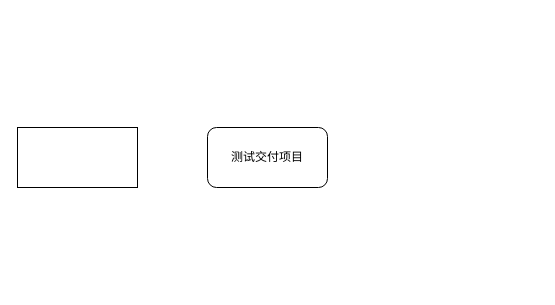
Before: 未命名绘图.drawio in Ternaryisboos/Test_to1, a draw.io diagram. Source tidied: cells renumbered, new cells numbered last; positions are measured from the earlier drawing's top-left corner, leaving out a move shared by most shapes. Both pictures are drawn from the tidied source at 100%, with x=0, y=0 at pixel (17, 127).
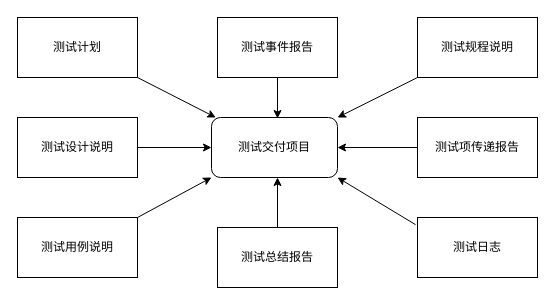
The same diagram, later.

Diff of the diagram source:
```diff
@@
     <mxCell id="2" value="测试交付项目" style="rounded=1;whiteSpace=wrap;html=1;" parent="1" vertex="1">
-      <mxGeometry x="190" width="120" height="60" as="geometry" />
+      <mxGeometry x="194" y="-10" width="126" height="60" as="geometry" />
     </mxCell>
-    <mxCell id="3" style="rounded=0;whiteSpace=wrap;html=1;" parent="1" vertex="1">
-      <mxGeometry width="120" height="60" as="geometry" />
+    <mxCell id="3" value="测试计划" style="rounded=0;whiteSpace=wrap;html=1;" parent="1" vertex="1">
+      <mxGeometry y="-110" width="120" height="60" as="geometry" />
     </mxCell>
+    <mxCell id="4" value="测试设计说明" style="rounded=0;whiteSpace=wrap;html=1;" parent="1" vertex="1">
+      <mxGeometry y="-10" width="120" height="60" as="geometry" />
+    </mxCell>
+    <mxCell id="5" value="测试用例说明" style="rounded=0;whiteSpace=wrap;html=1;" parent="1" vertex="1">
+      <mxGeometry y="90" width="120" height="60" as="geometry" />
+    </mxCell>
+    <mxCell id="6" value="测试规程说明" style="rounded=0;whiteSpace=wrap;html=1;" parent="1" vertex="1">
+      <mxGeometry x="400" y="-110" width="120" height="60" as="geometry" />
+    </mxCell>
+    <mxCell id="7" value="测试项传递报告" style="rounded=0;whiteSpace=wrap;html=1;" parent="1" vertex="1">
+      <mxGeometry x="400" y="-10" width="120" height="60" as="geometry" />
+    </mxCell>
+    <mxCell id="8" value="测试日志" style="rounded=0;whiteSpace=wrap;html=1;" parent="1" vertex="1">
+      <mxGeometry x="400" y="90" width="120" height="60" as="geometry" />
+    </mxCell>
+    <mxCell id="9" style="endArrow=classic;html=1;rounded=0;exitX=1;exitY=1;exitDx=0;exitDy=0;" parent="1" edge="1" source="3" target="2">
+      <mxGeometry relative="1" as="geometry" />
+    </mxCell>
+    <mxCell id="10" style="endArrow=classic;html=1;rounded=0;exitX=1;exitY=0.5;exitDx=0;exitDy=0;" parent="1" edge="1" source="4" target="2">
+      <mxGeometry relative="1" as="geometry" />
+    </mxCell>
+    <mxCell id="11" style="endArrow=classic;html=1;rounded=0;exitX=1;exitY=0;exitDx=0;exitDy=0;entryX=0;entryY=1;entryDx=0;entryDy=0;" parent="1" edge="1" source="5" target="2">
+      <mxGeometry relative="1" as="geometry" />
+    </mxCell>
+    <mxCell id="12" style="endArrow=classic;html=1;rounded=0;exitX=0;exitY=1;exitDx=0;exitDy=0;" parent="1" edge="1" source="6">
+      <mxGeometry relative="1" as="geometry">
+        <mxPoint x="320" y="-10" as="targetPoint" />
+      </mxGeometry>
+    </mxCell>
+    <mxCell id="13" style="endArrow=classic;html=1;rounded=0;exitX=0;exitY=0.5;exitDx=0;exitDy=0;entryX=1;entryY=0.5;entryDx=0;entryDy=0;" parent="1" edge="1" source="7" target="2">
+      <mxGeometry relative="1" as="geometry" />
+    </mxCell>
+    <mxCell id="14" style="endArrow=classic;html=1;rounded=0;exitX=-0.016;exitY=0.12;exitDx=0;exitDy=0;exitPerimeter=0;entryX=1;entryY=1;entryDx=0;entryDy=0;" parent="1" edge="1" source="8" target="2">
+      <mxGeometry relative="1" as="geometry" />
+    </mxCell>
+    <mxCell id="15" style="edgeStyle=orthogonalEdgeStyle;rounded=0;jettySize=auto;html=1;exitX=0.5;exitY=0;exitDx=0;exitDy=0;" parent="1" edge="1" source="16">
+      <mxGeometry relative="1" as="geometry">
+        <mxPoint x="260" y="50" as="targetPoint" />
+      </mxGeometry>
+    </mxCell>
+    <mxCell id="16" value="测试总结报告" style="rounded=0;whiteSpace=wrap;html=1;" parent="1" vertex="1">
+      <mxGeometry x="200" y="100" width="120" height="60" as="geometry" />
+    </mxCell>
+    <mxCell id="17" style="edgeStyle=orthogonalEdgeStyle;rounded=0;jettySize=auto;html=1;exitX=0.5;exitY=1;exitDx=0;exitDy=0;entryX=0.524;entryY=0.017;entryDx=0;entryDy=0;entryPerimeter=0;" parent="1" edge="1" source="18" target="2">
+      <mxGeometry relative="1" as="geometry" />
+    </mxCell>
+    <mxCell id="18" value="测试事件报告" style="rounded=0;whiteSpace=wrap;html=1;" parent="1" vertex="1">
+      <mxGeometry x="200" y="-110" width="120" height="60" as="geometry" />
+    </mxCell>
```
